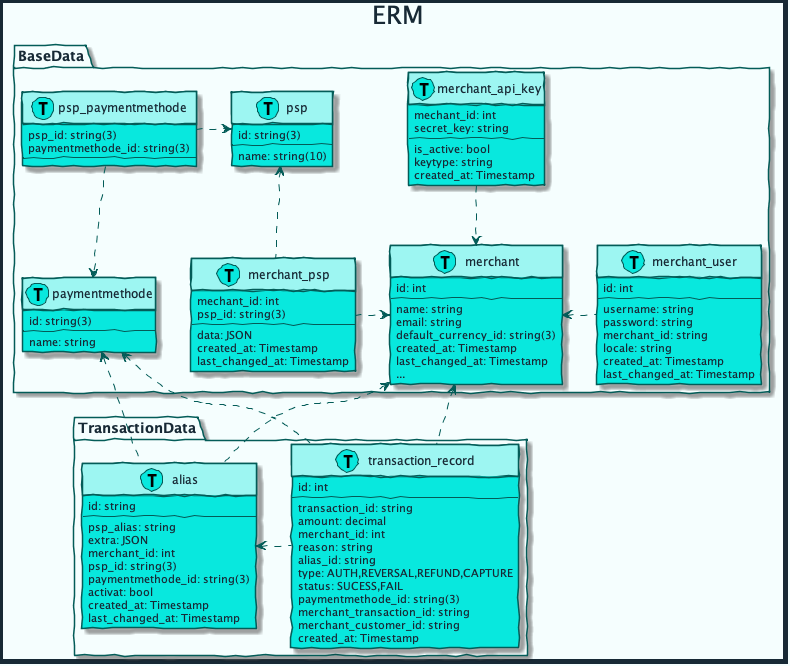
This is diagrams/out/erm.png from mobilabsolutions/stash-sdk-wiki, a PlantUML export, as it was before one commit.
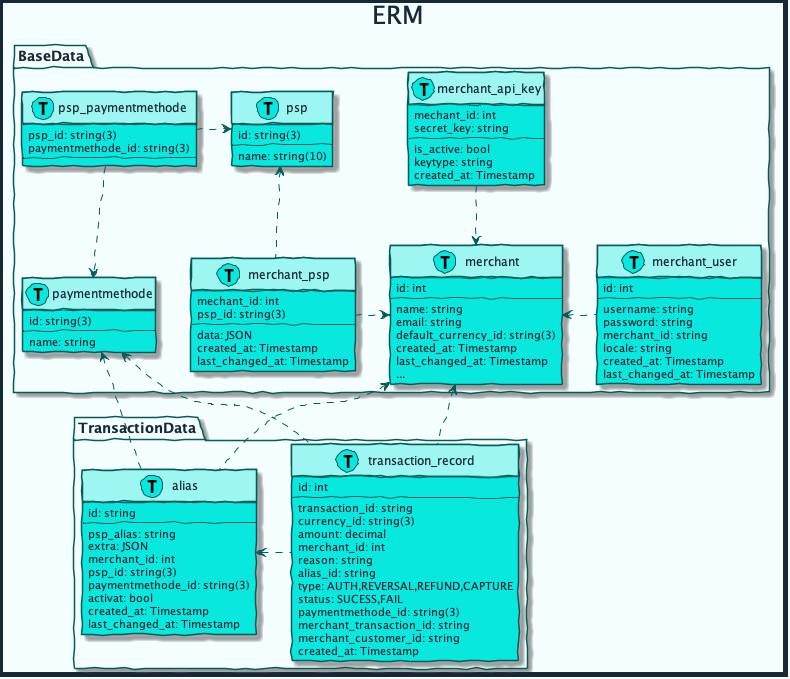
After the commit.

Commit message:
added missing currency

Change to the diagram source:
```diff
@@ -132,6 +132,7 @@
         id: int
         --
         transaction_id: string
+        currency_id: string(3)
         amount: decimal
         merchant_id: int
         reason: string
```
